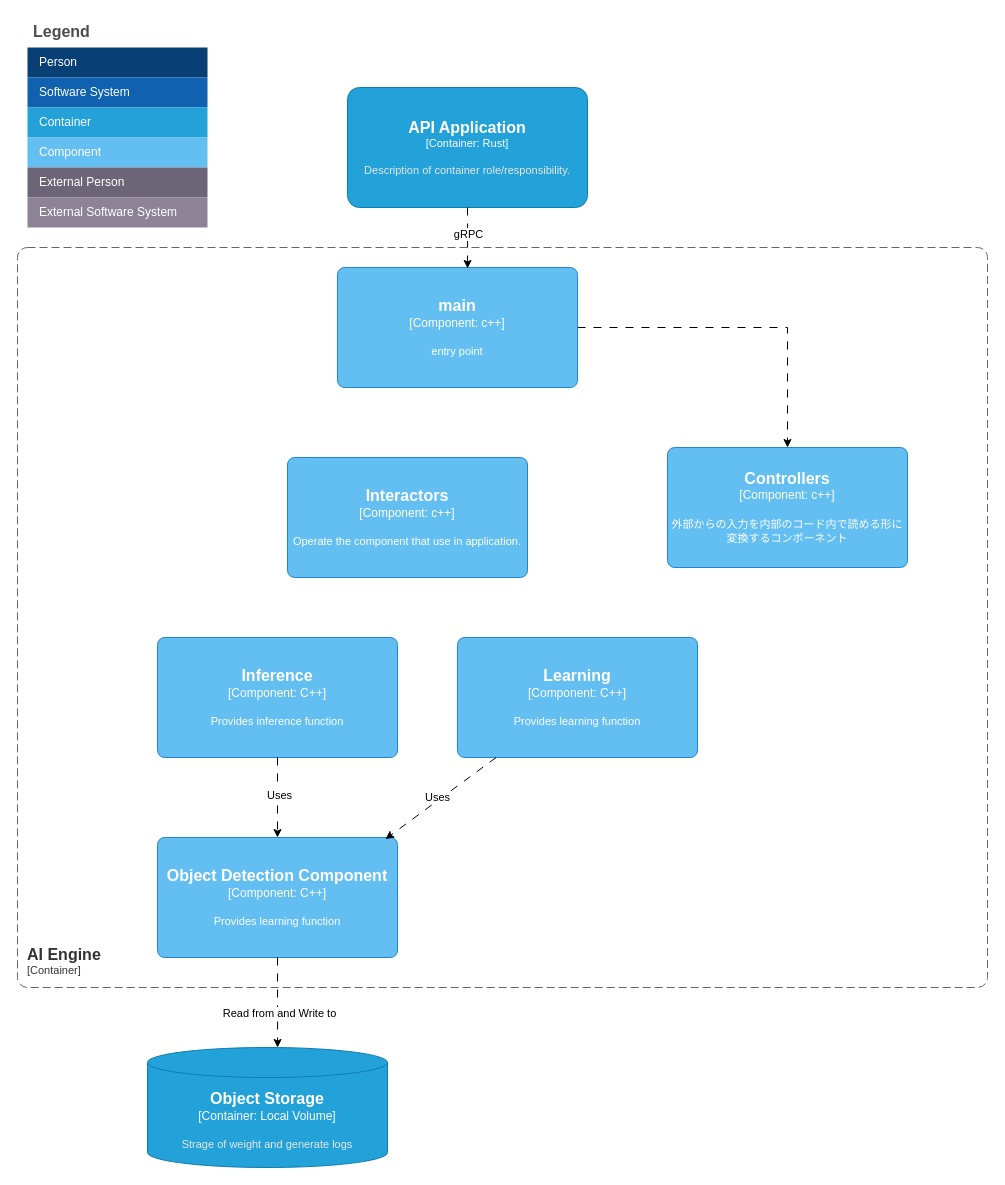
The draw.io diagram page "AI Engine" (2 of 3) of docs/specs/easy-ai-tools.drawio in di-go11/dl-node-editor, before the edit. Source tidied: cells renumbered, new cells numbered last; positions are measured from the earlier drawing's top-left corner, leaving out a move shared by most shapes. Both pictures are drawn from the tidied source at 100%, with x=0, y=0 at pixel (17, 17).
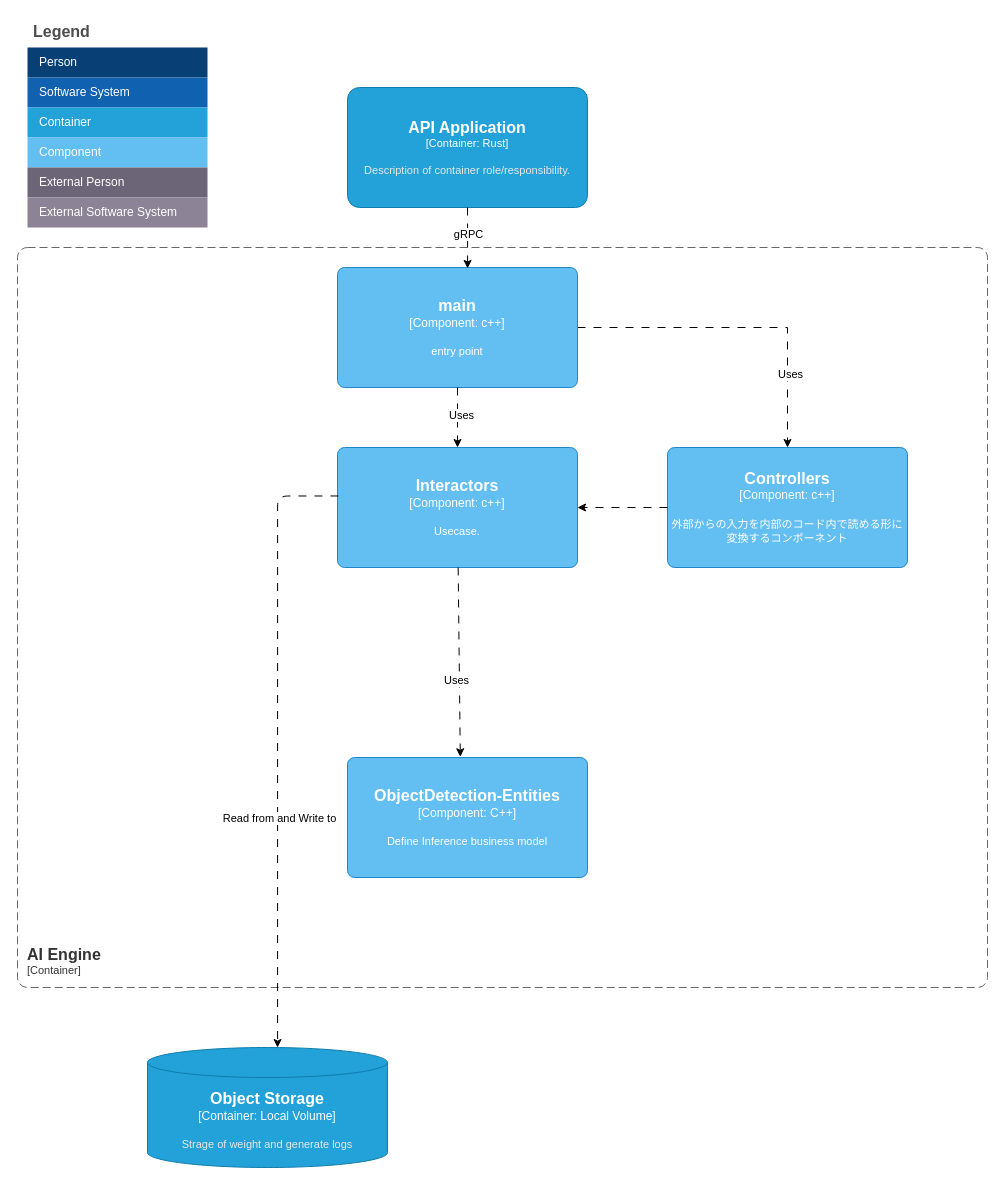
The same page after the edit.

The change refers to these unchanged cells:
```xml
<mxCell id="17" style="edgeStyle=none;html=1;rounded=0;curved=0;dashed=1;dashPattern=8 8;" parent="1" edge="1" source="18" target="32">
  <mxGeometry relative="1" as="geometry">
    <Array as="points">
      <mxPoint x="770" y="310" />
    </Array>
  </mxGeometry>
</mxCell>
<object id="18" label="&lt;font style=&quot;font-size: 16px&quot;&gt;&lt;b&gt;%c4Name%&lt;/b&gt;&lt;/font&gt;&lt;div&gt;[%c4Type%: %c4Technology%]&lt;/div&gt;&lt;br&gt;&lt;div&gt;&lt;font style=&quot;font-size: 11px&quot;&gt;%c4Description%&lt;/font&gt;&lt;/div&gt;" c4Description="entry point" c4Name="main" c4Technology="c++" c4Type="Component" placeholders="1">
  <mxCell style="rounded=1;whiteSpace=wrap;html=1;labelBackgroundColor=none;fillColor=#63BEF2;fontColor=#ffffff;align=center;arcSize=6;strokeColor=#2086C9;points=[[0.25,0,0],[0.5,0,0],[0.75,0,0],[1,0.25,0],[1,0.5,0],[1,0.75,0],[0.75,1,0],[0.5,1,0],[0.25,1,0],[0,0.75,0],[0,0.5,0],[0,0.25,0]];" parent="1" vertex="1">
    <mxGeometry x="320" y="250" width="240" height="120" as="geometry" />
  </mxCell>
</object>
<object id="21" label="&lt;font style=&quot;font-size: 16px&quot;&gt;&lt;b&gt;%c4Name%&lt;/b&gt;&lt;/font&gt;&lt;div&gt;[%c4Type%:&amp;nbsp;%c4Technology%]&lt;/div&gt;&lt;br&gt;&lt;div&gt;&lt;font style=&quot;font-size: 11px&quot;&gt;&lt;font color=&quot;#E6E6E6&quot;&gt;%c4Description%&lt;/font&gt;&lt;/div&gt;" c4Description="Strage of weight and generate logs" c4Name="Object Storage" c4Technology="Local Volume" c4Type="Container" placeholders="1">
  <mxCell style="shape=cylinder3;size=15;whiteSpace=wrap;html=1;boundedLbl=1;rounded=0;labelBackgroundColor=none;fillColor=#23A2D9;fontSize=12;fontColor=#ffffff;align=center;strokeColor=#0E7DAD;points=[[0.5,0,0],[1,0.25,0],[1,0.5,0],[1,0.75,0],[0.5,1,0],[0,0.75,0],[0,0.5,0],[0,0.25,0]];" parent="1" vertex="1">
    <mxGeometry x="130" y="1030" width="240" height="120" as="geometry" />
  </mxCell>
</object>
<object id="32" label="&lt;font style=&quot;font-size: 16px&quot;&gt;&lt;b&gt;%c4Name%&lt;/b&gt;&lt;/font&gt;&lt;div&gt;[%c4Type%: %c4Technology%]&lt;/div&gt;&lt;br&gt;&lt;div&gt;&lt;font style=&quot;font-size: 11px&quot;&gt;%c4Description%&lt;/font&gt;&lt;/div&gt;" c4Description="外部からの入力を内部のコード内で読める形に変換するコンポーネント" c4Name="Controllers" c4Technology="c++" c4Type="Component" placeholders="1">
  <mxCell style="rounded=1;whiteSpace=wrap;html=1;labelBackgroundColor=none;fillColor=#63BEF2;fontColor=#ffffff;align=center;arcSize=6;strokeColor=#2086C9;points=[[0.25,0,0],[0.5,0,0],[0.75,0,0],[1,0.25,0],[1,0.5,0],[1,0.75,0],[0.75,1,0],[0.5,1,0],[0.25,1,0],[0,0.75,0],[0,0.5,0],[0,0.25,0]];" parent="1" vertex="1">
    <mxGeometry x="650" y="430" width="240" height="120" as="geometry" />
  </mxCell>
</object>
```

What changed in the source:
```diff
@@
-    <object id="16" label="&lt;font style=&quot;font-size: 16px&quot;&gt;&lt;b&gt;%c4Name%&lt;/b&gt;&lt;/font&gt;&lt;div&gt;[%c4Type%: %c4Technology%]&lt;/div&gt;&lt;br&gt;&lt;div&gt;&lt;font style=&quot;font-size: 11px&quot;&gt;%c4Description%&lt;/font&gt;&lt;/div&gt;" c4Description="Operate the component that use in application." c4Name="Interactors" c4Technology="c++" c4Type="Component" placeholders="1">
+    <object id="16" label="&lt;font style=&quot;font-size: 16px&quot;&gt;&lt;b&gt;%c4Name%&lt;/b&gt;&lt;/font&gt;&lt;div&gt;[%c4Type%: %c4Technology%]&lt;/div&gt;&lt;br&gt;&lt;div&gt;&lt;font style=&quot;font-size: 11px&quot;&gt;%c4Description%&lt;/font&gt;&lt;/div&gt;" c4Description="Usecase. " c4Name="Interactors" c4Technology="c++" c4Type="Component" placeholders="1">
       <mxCell style="rounded=1;whiteSpace=wrap;html=1;labelBackgroundColor=none;fillColor=#63BEF2;fontColor=#ffffff;align=center;arcSize=6;strokeColor=#2086C9;points=[[0.25,0,0],[0.5,0,0],[0.75,0,0],[1,0.25,0],[1,0.5,0],[1,0.75,0],[0.75,1,0],[0.5,1,0],[0.25,1,0],[0,0.75,0],[0,0.5,0],[0,0.25,0]];" parent="1" vertex="1">
-        <mxGeometry x="270" y="440" width="240" height="120" as="geometry" />
+        <mxGeometry x="320" y="430" width="240" height="120" as="geometry" />
       </mxCell>
     </object>
@@
+    <mxCell id="33" value="Uses" style="edgeLabel;html=1;align=center;verticalAlign=middle;fontFamily=Helvetica;fontSize=11;fontColor=default;labelBackgroundColor=default;" parent="17" vertex="1">
+      <mxGeometry x="0.55" y="2" relative="1" as="geometry" />
+    </mxCell>
@@
-    <object id="19" label="&lt;font style=&quot;font-size: 16px&quot;&gt;&lt;b&gt;%c4Name%&lt;/b&gt;&lt;/font&gt;&lt;div&gt;[%c4Type%: %c4Technology%]&lt;/div&gt;&lt;br&gt;&lt;div&gt;&lt;font style=&quot;font-size: 11px&quot;&gt;%c4Description%&lt;/font&gt;&lt;/div&gt;" c4Description="Provides inference function" c4Name="Inference" c4Technology="C++" c4Type="Component" placeholders="1">
-      <mxCell style="rounded=1;whiteSpace=wrap;html=1;labelBackgroundColor=none;fillColor=#63BEF2;fontColor=#ffffff;align=center;arcSize=6;strokeColor=#2086C9;points=[[0.25,0,0],[0.5,0,0],[0.75,0,0],[1,0.25,0],[1,0.5,0],[1,0.75,0],[0.75,1,0],[0.5,1,0],[0.25,1,0],[0,0.75,0],[0,0.5,0],[0,0.25,0]];" parent="1" vertex="1">
-        <mxGeometry x="140" y="620" width="240" height="120" as="geometry" />
-      </mxCell>
-    </object>
-    <object id="20" label="&lt;font style=&quot;font-size: 16px&quot;&gt;&lt;b&gt;%c4Name%&lt;/b&gt;&lt;/font&gt;&lt;div&gt;[%c4Type%: %c4Technology%]&lt;/div&gt;&lt;br&gt;&lt;div&gt;&lt;font style=&quot;font-size: 11px&quot;&gt;%c4Description%&lt;/font&gt;&lt;/div&gt;" c4Description="Provides learning function" c4Name="Learning" c4Technology="C++" c4Type="Component" placeholders="1">
-      <mxCell style="rounded=1;whiteSpace=wrap;html=1;labelBackgroundColor=none;fillColor=#63BEF2;fontColor=#ffffff;align=center;arcSize=6;strokeColor=#2086C9;points=[[0.25,0,0],[0.5,0,0],[0.75,0,0],[1,0.25,0],[1,0.5,0],[1,0.75,0],[0.75,1,0],[0.5,1,0],[0.25,1,0],[0,0.75,0],[0,0.5,0],[0,0.25,0]];" parent="1" vertex="1">
-        <mxGeometry x="440" y="620" width="240" height="120" as="geometry" />
-      </mxCell>
-    </object>
@@
-    <object id="25" label="&lt;font style=&quot;font-size: 16px&quot;&gt;&lt;b&gt;%c4Name%&lt;/b&gt;&lt;/font&gt;&lt;div&gt;[%c4Type%: %c4Technology%]&lt;/div&gt;&lt;br&gt;&lt;div&gt;&lt;font style=&quot;font-size: 11px&quot;&gt;%c4Description%&lt;/font&gt;&lt;/div&gt;" c4Description="Provides learning function" c4Name="Object Detection Component" c4Technology="C++" c4Type="Component" placeholders="1">
-      <mxCell style="rounded=1;whiteSpace=wrap;html=1;labelBackgroundColor=none;fillColor=#63BEF2;fontColor=#ffffff;align=center;arcSize=6;strokeColor=#2086C9;points=[[0.25,0,0],[0.5,0,0],[0.75,0,0],[1,0.25,0],[1,0.5,0],[1,0.75,0],[0.75,1,0],[0.5,1,0],[0.25,1,0],[0,0.75,0],[0,0.5,0],[0,0.25,0]];" parent="1" vertex="1">
-        <mxGeometry x="140" y="820" width="240" height="120" as="geometry" />
-      </mxCell>
-    </object>
-    <mxCell id="26" style="edgeStyle=none;html=1;entryX=0.95;entryY=0.013;entryDx=0;entryDy=0;entryPerimeter=0;dashed=1;dashPattern=8 8;" parent="1" edge="1" source="20" target="25">
-      <mxGeometry relative="1" as="geometry" />
-    </mxCell>
-    <mxCell id="27" value="Uses" style="edgeLabel;html=1;align=center;verticalAlign=middle;" parent="26" vertex="1">
-      <mxGeometry x="0.52" relative="1" as="geometry">
-        <mxPoint x="25" y="-22" as="offset" />
-      </mxGeometry>
-    </mxCell>
-    <mxCell id="28" style="edgeStyle=none;html=1;entryX=0.5;entryY=0;entryDx=0;entryDy=0;entryPerimeter=0;dashed=1;dashPattern=8 8;" parent="1" edge="1" source="19" target="25">
-      <mxGeometry relative="1" as="geometry" />
-    </mxCell>
-    <mxCell id="29" value="Uses" style="edgeLabel;html=1;align=center;verticalAlign=middle;" parent="28" vertex="1">
-      <mxGeometry x="-0.07" y="1" relative="1" as="geometry" />
-    </mxCell>
-    <mxCell id="30" style="edgeStyle=none;html=1;entryX=0.542;entryY=0;entryDx=0;entryDy=0;entryPerimeter=0;dashed=1;dashPattern=8 8;" parent="1" edge="1" source="25" target="21">
+    <mxCell id="30" style="edgeStyle=orthogonalEdgeStyle;html=1;entryX=0.542;entryY=0;entryDx=0;entryDy=0;entryPerimeter=0;dashed=1;dashPattern=8 8;exitX=0.004;exitY=0.404;exitDx=0;exitDy=0;exitPerimeter=0;" parent="1" edge="1" source="16" target="21">
       <mxGeometry relative="1" as="geometry" />
     </mxCell>
@@
+    <mxCell id="34" style="edgeStyle=none;shape=connector;curved=0;rounded=0;html=1;entryX=1;entryY=0.5;entryDx=0;entryDy=0;entryPerimeter=0;dashed=1;dashPattern=8 8;strokeColor=default;align=center;verticalAlign=middle;fontFamily=Helvetica;fontSize=11;fontColor=default;labelBackgroundColor=default;endArrow=classic;" parent="1" edge="1" source="32" target="16">
+      <mxGeometry relative="1" as="geometry" />
+    </mxCell>
+    <mxCell id="35" style="edgeStyle=none;shape=connector;curved=0;rounded=0;html=1;entryX=0.5;entryY=0;entryDx=0;entryDy=0;entryPerimeter=0;dashed=1;dashPattern=8 8;strokeColor=default;align=center;verticalAlign=middle;fontFamily=Helvetica;fontSize=11;fontColor=default;labelBackgroundColor=default;endArrow=classic;" parent="1" edge="1" source="18" target="16">
+      <mxGeometry relative="1" as="geometry" />
+    </mxCell>
+    <mxCell id="36" value="Uses" style="edgeLabel;html=1;align=center;verticalAlign=middle;fontFamily=Helvetica;fontSize=11;fontColor=default;labelBackgroundColor=default;" parent="35" vertex="1">
+      <mxGeometry x="-0.11" y="3" relative="1" as="geometry" />
+    </mxCell>
+    <object id="37" label="&lt;font style=&quot;font-size: 16px&quot;&gt;&lt;b&gt;%c4Name%&lt;/b&gt;&lt;/font&gt;&lt;div&gt;[%c4Type%: %c4Technology%]&lt;/div&gt;&lt;br&gt;&lt;div&gt;&lt;font style=&quot;font-size: 11px&quot;&gt;%c4Description%&lt;/font&gt;&lt;/div&gt;" c4Description="Define Inference business model" c4Name="ObjectDetection-Entities" c4Technology="C++" c4Type="Component" placeholders="1">
+      <mxCell style="rounded=1;whiteSpace=wrap;html=1;labelBackgroundColor=none;fillColor=#63BEF2;fontColor=#ffffff;align=center;arcSize=6;strokeColor=#2086C9;points=[[0.25,0,0],[0.5,0,0],[0.75,0,0],[1,0.25,0],[1,0.5,0],[1,0.75,0],[0.75,1,0],[0.5,1,0],[0.25,1,0],[0,0.75,0],[0,0.5,0],[0,0.25,0]];" parent="1" vertex="1">
+        <mxGeometry x="330" y="740" width="240" height="120" as="geometry" />
+      </mxCell>
+    </object>
+    <mxCell id="38" style="edgeStyle=none;shape=connector;curved=0;rounded=0;html=1;entryX=0.47;entryY=-0.006;entryDx=0;entryDy=0;entryPerimeter=0;dashed=1;dashPattern=8 8;strokeColor=default;align=center;verticalAlign=middle;fontFamily=Helvetica;fontSize=11;fontColor=default;labelBackgroundColor=default;endArrow=classic;" parent="1" edge="1" source="16" target="37">
+      <mxGeometry relative="1" as="geometry" />
+    </mxCell>
+    <mxCell id="39" value="Uses" style="edgeLabel;html=1;align=center;verticalAlign=middle;fontFamily=Helvetica;fontSize=11;fontColor=default;labelBackgroundColor=default;" parent="38" vertex="1">
+      <mxGeometry x="0.18" y="-3" relative="1" as="geometry" />
+    </mxCell>
```
